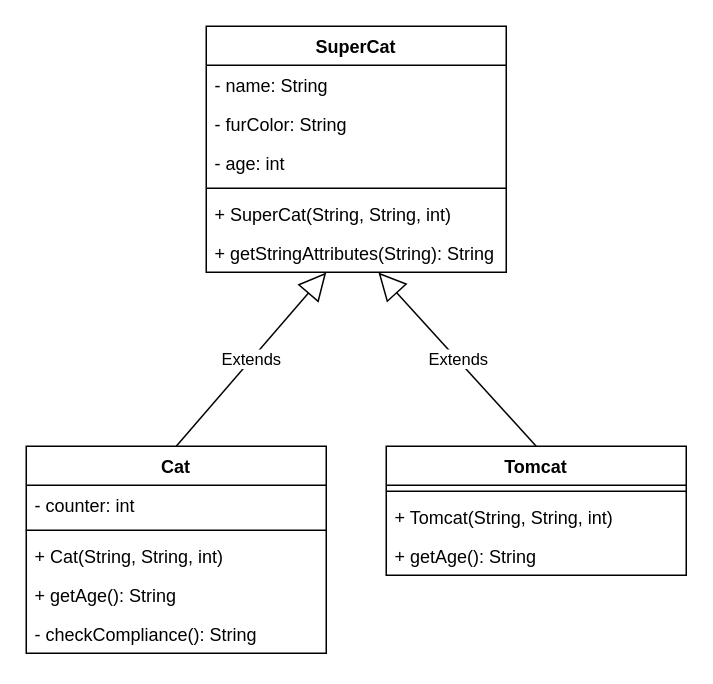
This is page "Cat-Tomcat-SuperCat" (4 of 4) of klassendiagramm.drawio from LeonardoDimajo/03b_Vererbung_Inheritance, a draw.io file, before an edit. Source tidied: cells renumbered, new cells numbered last; positions are measured from the earlier drawing's top-left corner, leaving out a move shared by most shapes. Both pictures are drawn from the tidied source at 150%, with x=0, y=0 at pixel (26, 26).
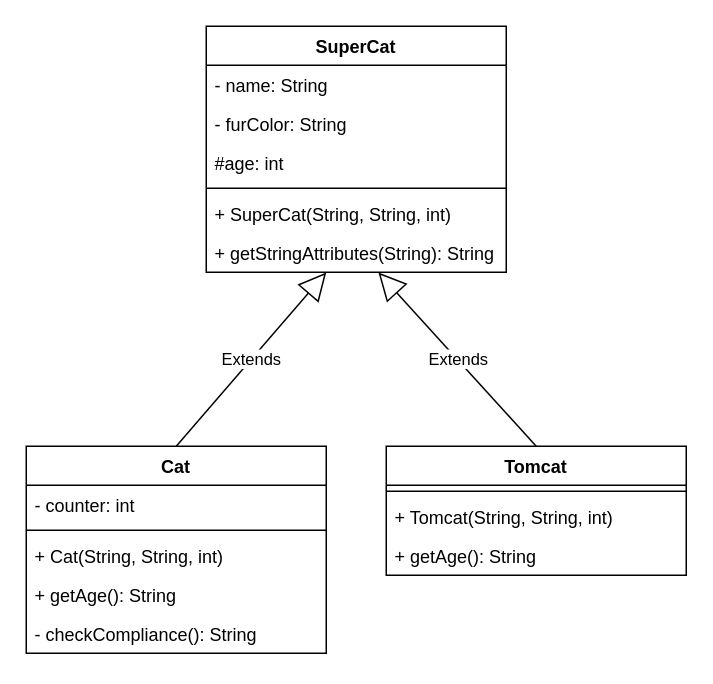
Above is the later version.

The change refers to these unchanged cells:
```xml
<mxCell id="12" value="SuperCat" style="swimlane;fontStyle=1;align=center;verticalAlign=top;horizontal=1;startSize=26;" parent="1" vertex="1">
  <mxGeometry x="120" width="200" height="164" as="geometry" />
</mxCell>
```

Diff of the diagram source:
```diff
@@
-    <mxCell id="15" value="- age: int" style="text;strokeColor=none;fillColor=none;align=left;verticalAlign=top;spacingLeft=4;spacingRight=4;overflow=hidden;" parent="12" vertex="1">
+    <mxCell id="15" value="#age: int" style="text;strokeColor=none;fillColor=none;align=left;verticalAlign=top;spacingLeft=4;spacingRight=4;overflow=hidden;" parent="12" vertex="1">
       <mxGeometry y="78" width="200" height="26" as="geometry" />
     </mxCell>
```
